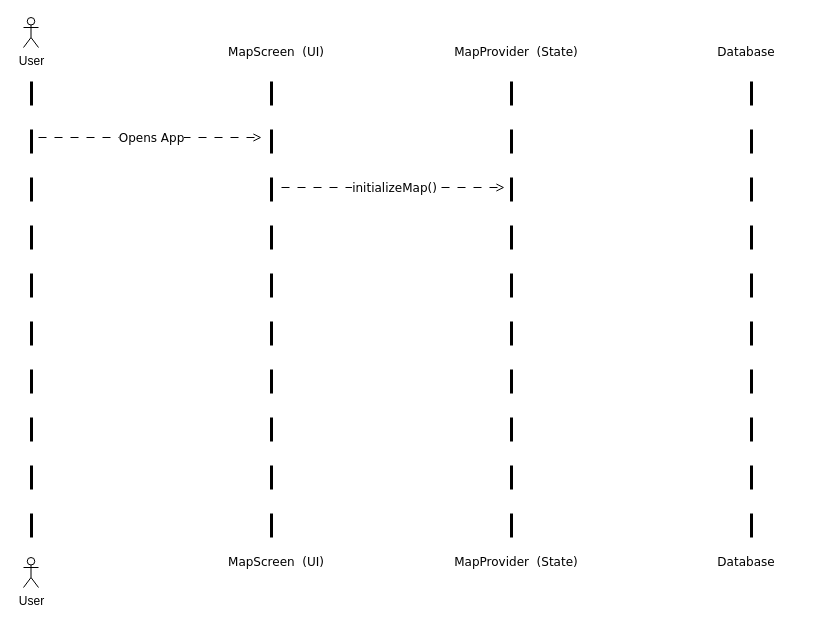
The draw.io diagram Interactive_map_Sequence_diagram.drawio in Anuja-jayasinghe/DrawIo_Projects, before the edit. Source tidied: cells renumbered, new cells numbered last; positions are measured from the earlier drawing's top-left corner, leaving out a move shared by most shapes. Both pictures are drawn from the tidied source at 100%, with x=0, y=0 at pixel (23, 17).
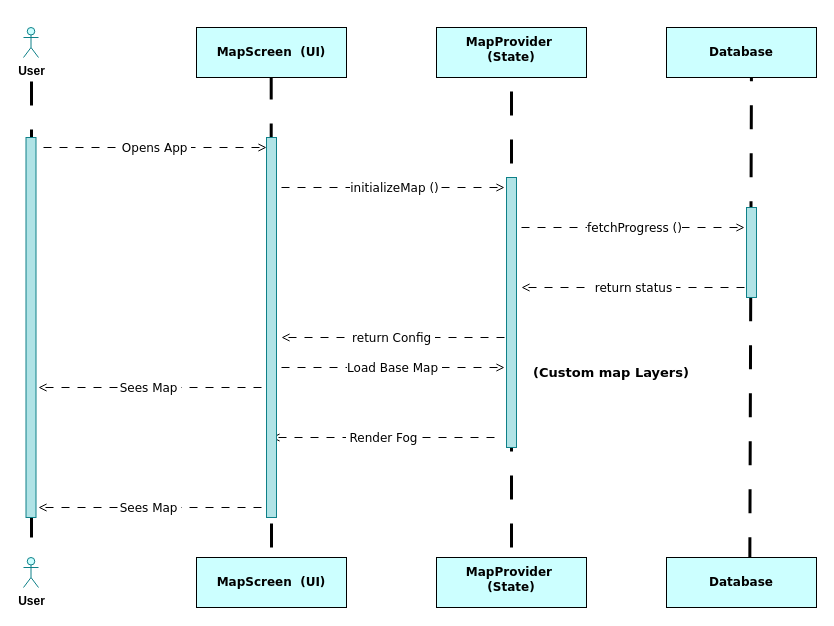
The same page after the edit.

Unchanged cells that the change refers to:
```xml
<mxCell id="10" style="endArrow=open;html=1;rounded=0;dashed=1;dashPattern=8 8;endFill=0;" parent="1" edge="1">
  <mxGeometry relative="1" as="geometry">
    <mxPoint x="258" y="170" as="sourcePoint" />
    <mxPoint x="481" y="170" as="targetPoint" />
  </mxGeometry>
</mxCell>
```

What changed in the source:
```diff
@@
-    <mxCell id="3" style="endArrow=none;dashed=1;html=1;dashPattern=8 8;strokeWidth=3;rounded=0;" parent="1" edge="1">
+    <mxCell id="3" style="endArrow=none;dashed=1;html=1;dashPattern=8 8;strokeWidth=3;rounded=0;exitX=0.549;exitY=0.196;exitDx=0;exitDy=0;exitPerimeter=0;" parent="1" edge="1" source="17">
       <mxGeometry relative="1" as="geometry">
-        <mxPoint x="728" y="520" as="sourcePoint" />
         <mxPoint x="728" y="40" as="targetPoint" />
       </mxGeometry>
     </mxCell>
-    <mxCell id="4" style="endArrow=none;dashed=1;html=1;dashPattern=8 8;strokeWidth=3;rounded=0;" parent="1" edge="1">
+    <mxCell id="4" style="endArrow=none;dashed=1;html=1;dashPattern=8 8;strokeWidth=3;rounded=0;" parent="1" edge="1" source="15">
       <mxGeometry relative="1" as="geometry">
-        <mxPoint x="488" y="520" as="sourcePoint" />
         <mxPoint x="488" y="40" as="targetPoint" />
       </mxGeometry>
     </mxCell>
     <mxCell id="5" style="endArrow=none;dashed=1;html=1;dashPattern=8 8;strokeWidth=3;rounded=0;" parent="1" edge="1">
       <mxGeometry relative="1" as="geometry">
-        <mxPoint x="248" y="520" as="sourcePoint" />
-        <mxPoint x="248" y="40" as="targetPoint" />
+        <mxPoint x="247.7" y="130" as="sourcePoint" />
+        <mxPoint x="247.7" y="60" as="targetPoint" />
       </mxGeometry>
     </mxCell>
-    <mxCell id="6" value="User" style="shape=umlActor;verticalLabelPosition=bottom;verticalAlign=top;html=1;" parent="1" vertex="1">
-      <mxGeometry y="540" width="15" height="30" as="geometry" />
-    </mxCell>
-    <mxCell id="7" value="User" style="shape=umlActor;verticalLabelPosition=bottom;verticalAlign=top;html=1;" parent="1" vertex="1">
-      <mxGeometry width="15" height="30" as="geometry" />
+    <mxCell id="7" value="&lt;b&gt;User&lt;/b&gt;" style="shape=umlActor;verticalLabelPosition=bottom;verticalAlign=top;html=1;fillColor=#CCFFFF;strokeColor=#0e8088;" parent="1" vertex="1">
+      <mxGeometry y="10" width="15" height="30" as="geometry" />
     </mxCell>
     <mxCell id="8" style="endArrow=open;html=1;rounded=0;dashed=1;dashPattern=8 8;endFill=0;" parent="1" edge="1">
       <mxGeometry relative="1" as="geometry">
-        <mxPoint x="15" y="120" as="sourcePoint" />
-        <mxPoint x="238" y="120" as="targetPoint" />
+        <mxPoint x="20" y="130" as="sourcePoint" />
+        <mxPoint x="243" y="130" as="targetPoint" />
       </mxGeometry>
     </mxCell>
-    <mxCell id="9" value="&lt;font style=&quot;font-size: 12px;&quot;&gt;Opens App&lt;/font&gt;" style="edgeLabel;html=1;align=center;verticalAlign=middle;fontFamily=Verdana;" parent="8" vertex="1">
+    <mxCell id="9" value="&lt;font style=&quot;font-size: 12px;&quot;&gt;Opens App&amp;nbsp;&lt;/font&gt;" style="edgeLabel;html=1;align=center;verticalAlign=middle;fontFamily=Verdana;" parent="8" vertex="1">
       <mxGeometry relative="1" as="geometry" />
     </mxCell>
@@
-    <mxCell id="11" value="&lt;font style=&quot;font-size: 12px;&quot; face=&quot;Verdana&quot;&gt;initializeMap()&lt;/font&gt;" style="edgeLabel;html=1;align=center;verticalAlign=middle;" parent="10" vertex="1">
+    <mxCell id="11" value="&lt;font style=&quot;font-size: 12px;&quot; face=&quot;Verdana&quot;&gt;initializeMap ()&lt;/font&gt;" style="edgeLabel;html=1;align=center;verticalAlign=middle;" parent="10" vertex="1">
       <mxGeometry relative="1" as="geometry" />
     </mxCell>
-    <mxCell id="12" value="&lt;font face=&quot;Verdana&quot;&gt;MapScreen&amp;nbsp; (UI)&lt;/font&gt;" style="text;html=1;whiteSpace=wrap;strokeColor=none;fillColor=none;align=center;verticalAlign=middle;rounded=0;" parent="1" vertex="1">
-      <mxGeometry x="188" y="20" width="130" height="30" as="geometry" />
+    <mxCell id="12" value="&lt;font face=&quot;Verdana&quot;&gt;&lt;b&gt;MapScreen&amp;nbsp; (UI)&lt;/b&gt;&lt;/font&gt;" style="text;html=1;whiteSpace=wrap;strokeColor=default;fillColor=#CCFFFF;align=center;verticalAlign=middle;rounded=0;perimeterSpacing=10;spacing=10;" parent="1" vertex="1">
+      <mxGeometry x="173" y="10" width="150" height="50" as="geometry" />
     </mxCell>
+    <mxCell id="14" value="&lt;font face=&quot;Verdana&quot;&gt;&lt;b&gt;MapProvider&amp;nbsp; (State)&lt;/b&gt;&lt;/font&gt;" style="text;html=1;whiteSpace=wrap;strokeColor=default;fillColor=#CCFFFF;align=center;verticalAlign=middle;rounded=0;perimeterSpacing=10;spacing=10;spacingTop=1;spacingBottom=7;" parent="1" vertex="1">
+      <mxGeometry x="413" y="10" width="150" height="50" as="geometry" />
+    </mxCell>
+    <mxCell id="16" value="&lt;font face=&quot;Verdana&quot;&gt;&lt;b&gt;Database&lt;/b&gt;&lt;/font&gt;" style="text;html=1;whiteSpace=wrap;strokeColor=default;fillColor=#CCFFFF;align=center;verticalAlign=middle;rounded=0;perimeterSpacing=10;spacing=10;" parent="1" vertex="1">
+      <mxGeometry x="643" y="10" width="150" height="50" as="geometry" />
+    </mxCell>
+    <mxCell id="18" style="endArrow=open;html=1;rounded=0;dashed=1;dashPattern=8 8;endFill=0;" parent="1" edge="1">
+      <mxGeometry relative="1" as="geometry">
+        <mxPoint x="498" y="210" as="sourcePoint" />
+        <mxPoint x="721" y="210" as="targetPoint" />
+      </mxGeometry>
+    </mxCell>
+    <mxCell id="19" value="&lt;font style=&quot;font-size: 12px;&quot; face=&quot;Verdana&quot;&gt;fetchProgress ()&lt;/font&gt;" style="edgeLabel;html=1;align=center;verticalAlign=middle;" parent="18" vertex="1">
+      <mxGeometry relative="1" as="geometry" />
+    </mxCell>
+    <mxCell id="20" style="endArrow=open;html=1;rounded=0;dashed=1;dashPattern=8 8;endFill=0;" parent="1" edge="1">
+      <mxGeometry relative="1" as="geometry">
+        <mxPoint x="721" y="270" as="sourcePoint" />
+        <mxPoint x="498" y="270" as="targetPoint" />
+      </mxGeometry>
+    </mxCell>
+    <mxCell id="21" value="&lt;font style=&quot;font-size: 12px;&quot; face=&quot;Verdana&quot;&gt;&amp;nbsp;return status&amp;nbsp;&lt;/font&gt;" style="edgeLabel;html=1;align=center;verticalAlign=middle;" parent="20" vertex="1">
+      <mxGeometry relative="1" as="geometry" />
+    </mxCell>
+    <mxCell id="22" style="endArrow=open;html=1;rounded=0;dashed=1;dashPattern=8 8;endFill=0;" parent="1" edge="1">
+      <mxGeometry relative="1" as="geometry">
+        <mxPoint x="238" y="370" as="sourcePoint" />
+        <mxPoint x="15" y="370" as="targetPoint" />
+      </mxGeometry>
+    </mxCell>
+    <mxCell id="23" value="&lt;font face=&quot;Verdana&quot;&gt;&lt;span style=&quot;font-size: 12px;&quot;&gt;Sees Map&amp;nbsp;&lt;/span&gt;&lt;/font&gt;" style="edgeLabel;html=1;align=center;verticalAlign=middle;" parent="22" vertex="1">
+      <mxGeometry relative="1" as="geometry" />
+    </mxCell>
+    <mxCell id="24" style="endArrow=open;html=1;rounded=0;dashed=1;dashPattern=8 8;endFill=0;" parent="1" edge="1">
+      <mxGeometry relative="1" as="geometry">
+        <mxPoint x="481" y="320" as="sourcePoint" />
+        <mxPoint x="258" y="320" as="targetPoint" />
+      </mxGeometry>
+    </mxCell>
+    <mxCell id="25" value="&lt;font style=&quot;font-size: 12px;&quot; face=&quot;Verdana&quot;&gt;return Config&amp;nbsp;&lt;/font&gt;" style="edgeLabel;html=1;align=center;verticalAlign=middle;" parent="24" vertex="1">
+      <mxGeometry relative="1" as="geometry" />
+    </mxCell>
+    <mxCell id="26" style="endArrow=open;html=1;rounded=0;dashed=1;dashPattern=8 8;endFill=0;" parent="1" edge="1">
+      <mxGeometry relative="1" as="geometry">
+        <mxPoint x="258" y="350" as="sourcePoint" />
+        <mxPoint x="481" y="350" as="targetPoint" />
+      </mxGeometry>
+    </mxCell>
+    <mxCell id="27" value="&lt;font style=&quot;font-size: 12px;&quot; face=&quot;Verdana&quot;&gt;Load Base Map&amp;nbsp;&lt;/font&gt;" style="edgeLabel;html=1;align=center;verticalAlign=middle;" parent="26" vertex="1">
+      <mxGeometry relative="1" as="geometry" />
+    </mxCell>
+    <mxCell id="28" value="&lt;font face=&quot;Verdana&quot;&gt;&lt;b&gt;(Custom map Layers)&lt;/b&gt;&lt;/font&gt;" style="text;html=1;whiteSpace=wrap;strokeColor=none;fillColor=none;align=center;verticalAlign=middle;rounded=0;fontSize=13;" parent="1" vertex="1">
+      <mxGeometry x="498" y="340" width="180" height="30" as="geometry" />
+    </mxCell>
+    <mxCell id="29" style="endArrow=open;html=1;rounded=0;dashed=1;dashPattern=8 8;endFill=0;" parent="1" edge="1">
+      <mxGeometry relative="1" as="geometry">
+        <mxPoint x="238" y="490" as="sourcePoint" />
+        <mxPoint x="15" y="490" as="targetPoint" />
+      </mxGeometry>
+    </mxCell>
+    <mxCell id="30" value="&lt;font face=&quot;Verdana&quot;&gt;&lt;span style=&quot;font-size: 12px;&quot;&gt;Sees Map&amp;nbsp;&lt;/span&gt;&lt;/font&gt;" style="edgeLabel;html=1;align=center;verticalAlign=middle;" parent="29" vertex="1">
+      <mxGeometry relative="1" as="geometry" />
+    </mxCell>
+    <mxCell id="31" style="endArrow=open;html=1;rounded=0;dashed=1;dashPattern=8 8;endFill=0;" parent="1" edge="1">
+      <mxGeometry relative="1" as="geometry">
+        <mxPoint x="471" y="420" as="sourcePoint" />
+        <mxPoint x="248" y="420" as="targetPoint" />
+      </mxGeometry>
+    </mxCell>
+    <mxCell id="32" value="&lt;font face=&quot;Verdana&quot;&gt;&lt;span style=&quot;font-size: 12px;&quot;&gt;&amp;nbsp;Render Fog&amp;nbsp;&lt;/span&gt;&lt;/font&gt;" style="edgeLabel;html=1;align=center;verticalAlign=middle;" parent="31" vertex="1">
+      <mxGeometry relative="1" as="geometry" />
+    </mxCell>
+    <mxCell id="33" style="rounded=0;whiteSpace=wrap;html=1;horizontal=1;direction=south;fillColor=#b0e3e6;strokeColor=#0e8088;" parent="1" vertex="1">
+      <mxGeometry x="2.5" y="120" width="10" height="380" as="geometry" />
+    </mxCell>
+    <mxCell id="34" style="endArrow=none;dashed=1;html=1;dashPattern=8 8;strokeWidth=3;rounded=0;" parent="1" edge="1" source="13" target="35">
+      <mxGeometry relative="1" as="geometry" />
+    </mxCell>
+    <mxCell id="35" style="rounded=0;whiteSpace=wrap;html=1;horizontal=1;direction=south;fillColor=#b0e3e6;strokeColor=#0e8088;" parent="1" vertex="1">
+      <mxGeometry x="243" y="120" width="10" height="380" as="geometry" />
+    </mxCell>
+    <mxCell id="36" style="rounded=0;whiteSpace=wrap;html=1;horizontal=1;direction=south;fillColor=#b0e3e6;strokeColor=#0e8088;" parent="1" vertex="1">
+      <mxGeometry x="483" y="160" width="10" height="270" as="geometry" />
+    </mxCell>
+    <mxCell id="37" style="rounded=0;whiteSpace=wrap;html=1;horizontal=1;direction=south;fillColor=#b0e3e6;strokeColor=#0e8088;" parent="1" vertex="1">
+      <mxGeometry x="723" y="190" width="10" height="90" as="geometry" />
+    </mxCell>
+    <mxCell id="6" value="&lt;b&gt;User&lt;/b&gt;" style="shape=umlActor;verticalLabelPosition=bottom;verticalAlign=top;html=1;fillColor=#CCFFFF;strokeColor=#0e8088;" parent="1" vertex="1">
+      <mxGeometry y="540" width="15" height="30" as="geometry" />
+    </mxCell>
-    <mxCell id="13" value="&lt;font face=&quot;Verdana&quot;&gt;MapScreen&amp;nbsp; (UI)&lt;/font&gt;" style="text;html=1;whiteSpace=wrap;strokeColor=none;fillColor=none;align=center;verticalAlign=middle;rounded=0;" parent="1" vertex="1">
-      <mxGeometry x="188" y="530" width="130" height="30" as="geometry" />
+    <mxCell id="13" value="&lt;font face=&quot;Verdana&quot;&gt;&lt;b&gt;MapScreen&amp;nbsp; (UI)&lt;/b&gt;&lt;/font&gt;" style="text;html=1;whiteSpace=wrap;strokeColor=default;fillColor=#CCFFFF;align=center;verticalAlign=middle;rounded=0;perimeterSpacing=10;spacing=10;" parent="1" vertex="1">
+      <mxGeometry x="173" y="540" width="150" height="50" as="geometry" />
     </mxCell>
-    <mxCell id="14" value="&lt;font face=&quot;Verdana&quot;&gt;MapProvider&amp;nbsp; (State)&lt;/font&gt;" style="text;html=1;whiteSpace=wrap;strokeColor=none;fillColor=none;align=center;verticalAlign=middle;rounded=0;" parent="1" vertex="1">
-      <mxGeometry x="428" y="20" width="130" height="30" as="geometry" />
-    </mxCell>
-    <mxCell id="15" value="&lt;font face=&quot;Verdana&quot;&gt;MapProvider&amp;nbsp; (State)&lt;/font&gt;" style="text;html=1;whiteSpace=wrap;strokeColor=none;fillColor=none;align=center;verticalAlign=middle;rounded=0;" parent="1" vertex="1">
-      <mxGeometry x="428" y="530" width="130" height="30" as="geometry" />
+    <mxCell id="15" value="&lt;font face=&quot;Verdana&quot;&gt;&lt;b&gt;MapProvider&amp;nbsp; (State)&lt;/b&gt;&lt;/font&gt;" style="text;html=1;whiteSpace=wrap;strokeColor=default;fillColor=#CCFFFF;align=center;verticalAlign=middle;rounded=0;perimeterSpacing=10;spacing=10;spacingTop=1;spacingBottom=7;" parent="1" vertex="1">
+      <mxGeometry x="413" y="540" width="150" height="50" as="geometry" />
     </mxCell>
-    <mxCell id="16" value="&lt;font face=&quot;Verdana&quot;&gt;Database&lt;/font&gt;" style="text;html=1;whiteSpace=wrap;strokeColor=none;fillColor=none;align=center;verticalAlign=middle;rounded=0;" parent="1" vertex="1">
-      <mxGeometry x="658" y="20" width="130" height="30" as="geometry" />
-    </mxCell>
-    <mxCell id="17" value="&lt;font face=&quot;Verdana&quot;&gt;Database&lt;/font&gt;" style="text;html=1;whiteSpace=wrap;strokeColor=none;fillColor=none;align=center;verticalAlign=middle;rounded=0;" parent="1" vertex="1">
-      <mxGeometry x="658" y="530" width="130" height="30" as="geometry" />
+    <mxCell id="17" value="&lt;font face=&quot;Verdana&quot;&gt;&lt;b&gt;Database&lt;/b&gt;&lt;/font&gt;" style="text;html=1;whiteSpace=wrap;strokeColor=default;fillColor=#CCFFFF;align=center;verticalAlign=middle;rounded=0;perimeterSpacing=10;spacing=10;" parent="1" vertex="1">
+      <mxGeometry x="643" y="540" width="150" height="50" as="geometry" />
     </mxCell>
```
